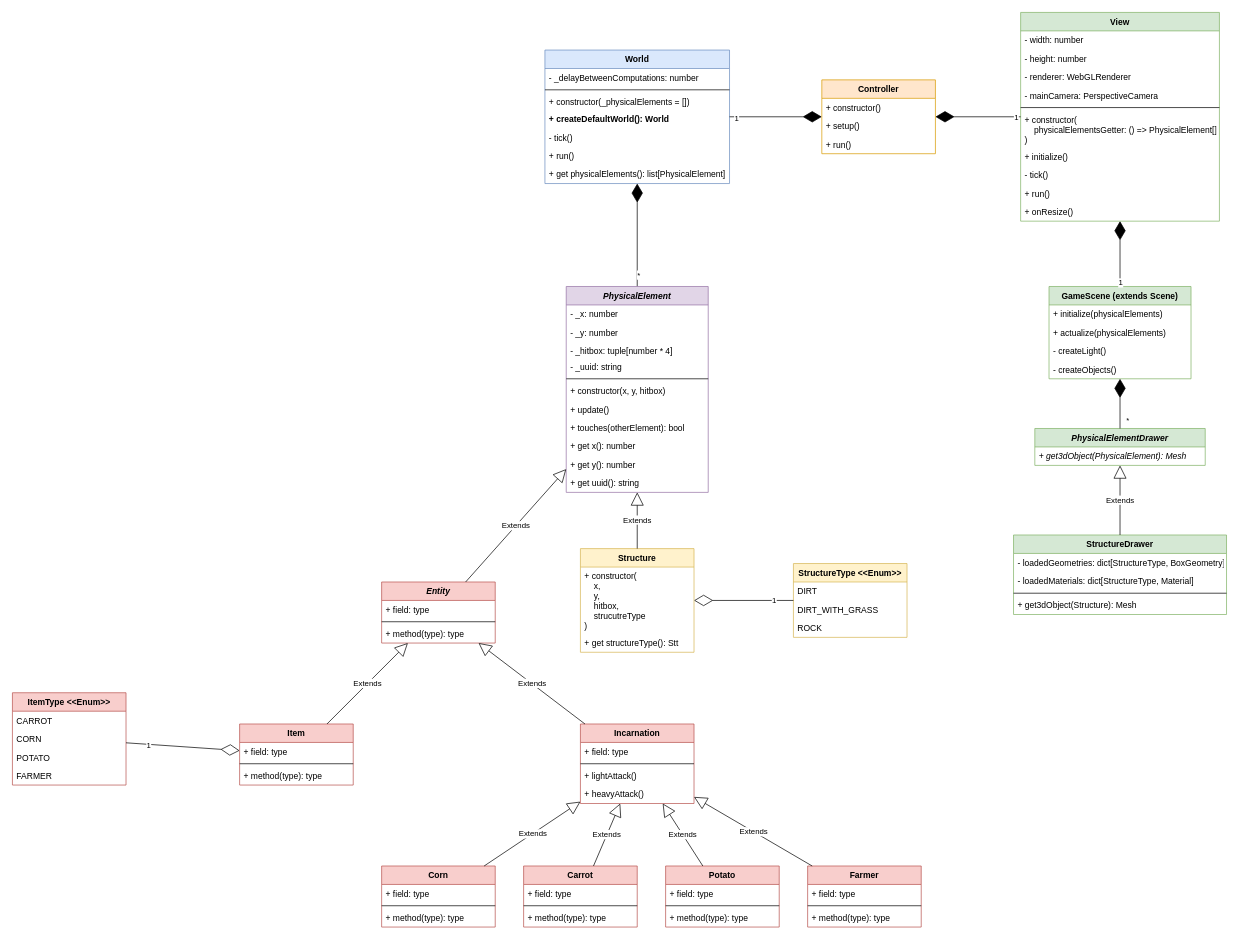
This is information/class diagram.drawio from le-chartreux/Rutabagarre-web-edition, a draw.io file, before an edit. Source tidied: cells renumbered, new cells numbered last; positions are measured from the earlier drawing's top-left corner, leaving out a move shared by most shapes. Both pictures are drawn from the tidied source at 71%, with x=0, y=0 at pixel (12, 12).
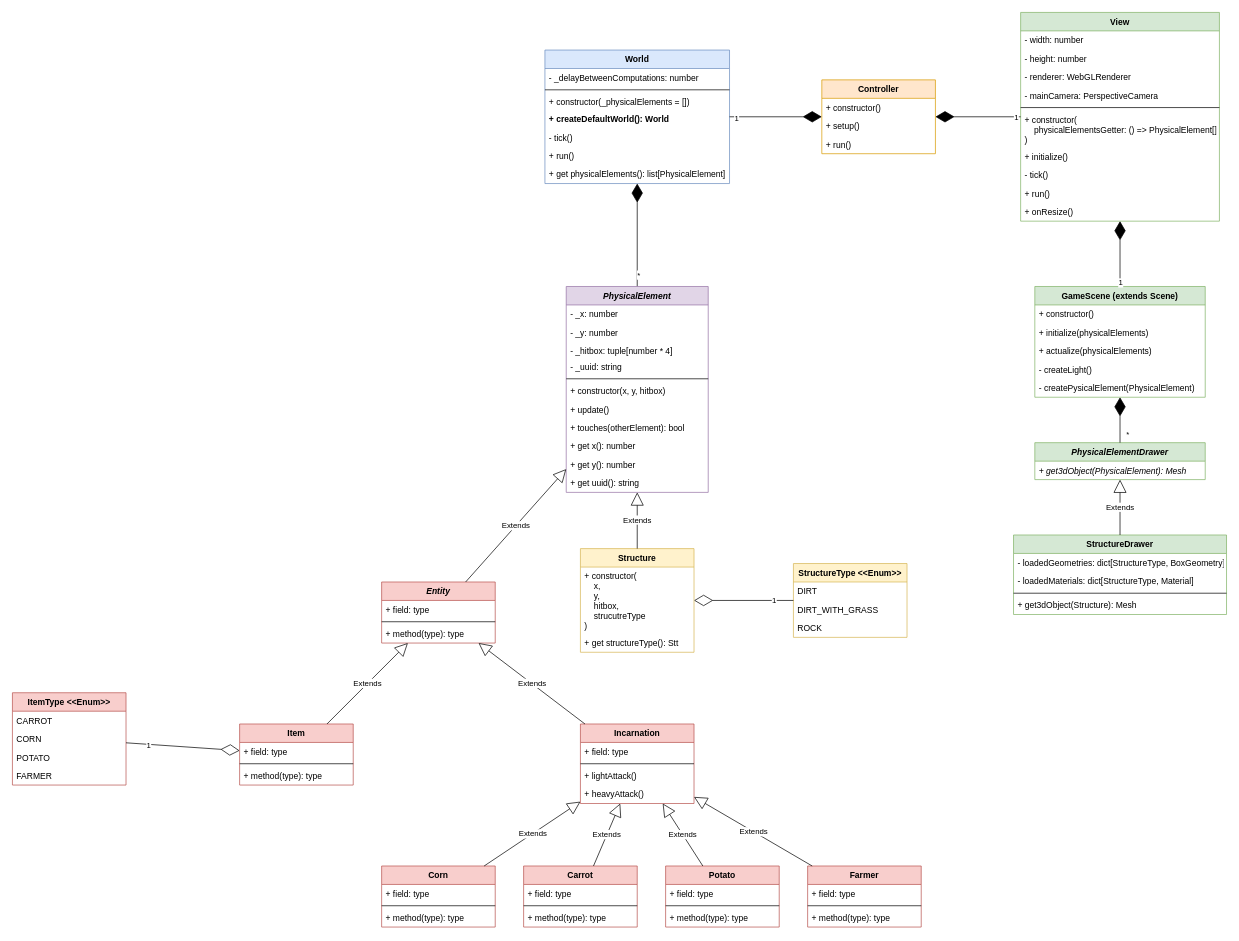
After the change.

Commit message:
updating class diagram

The edit, as a diff of the source:
```diff
@@
     <mxCell id="83" value="GameScene (extends Scene)" style="swimlane;fontStyle=1;align=center;verticalAlign=top;horizontal=1;startSize=26;fillColor=#d5e8d4;strokeColor=#82b366;" parent="1" vertex="1">
-      <mxGeometry x="1460" y="386" width="200" height="130" as="geometry" />
+      <mxGeometry x="1440" y="386" width="240" height="156" as="geometry" />
     </mxCell>
+    <mxCell id="113" value="+ constructor()" style="text;strokeColor=none;fillColor=none;align=left;verticalAlign=top;spacingLeft=4;spacingRight=4;overflow=hidden;" parent="83" vertex="1">
+      <mxGeometry y="26" width="240" height="26" as="geometry" />
+    </mxCell>
     <mxCell id="84" value="+ initialize(physicalElements)" style="text;strokeColor=none;fillColor=none;align=left;verticalAlign=top;spacingLeft=4;spacingRight=4;overflow=hidden;" parent="83" vertex="1">
-      <mxGeometry y="26" width="200" height="26" as="geometry" />
+      <mxGeometry y="52" width="240" height="26" as="geometry" />
     </mxCell>
     <mxCell id="85" value="+ actualize(physicalElements)" style="text;strokeColor=none;fillColor=none;align=left;verticalAlign=top;spacingLeft=4;spacingRight=4;overflow=hidden;" parent="83" vertex="1">
-      <mxGeometry y="52" width="200" height="26" as="geometry" />
+      <mxGeometry y="78" width="240" height="26" as="geometry" />
     </mxCell>
     <mxCell id="86" value="- createLight()" style="text;strokeColor=none;fillColor=none;align=left;verticalAlign=top;spacingLeft=4;spacingRight=4;overflow=hidden;" parent="83" vertex="1">
-      <mxGeometry y="78" width="200" height="26" as="geometry" />
+      <mxGeometry y="104" width="240" height="26" as="geometry" />
     </mxCell>
-    <mxCell id="87" value="- createObjects()" style="text;strokeColor=none;fillColor=none;align=left;verticalAlign=top;spacingLeft=4;spacingRight=4;overflow=hidden;" parent="83" vertex="1">
-      <mxGeometry y="104" width="200" height="26" as="geometry" />
+    <mxCell id="87" value="- createPysicalElement(PhysicalElement)" style="text;strokeColor=none;fillColor=none;align=left;verticalAlign=top;spacingLeft=4;spacingRight=4;overflow=hidden;" parent="83" vertex="1">
+      <mxGeometry y="130" width="240" height="26" as="geometry" />
     </mxCell>
@@
     <mxCell id="101" value="PhysicalElementDrawer" style="swimlane;fontStyle=3;align=center;verticalAlign=top;horizontal=1;startSize=26;fillColor=#d5e8d4;strokeColor=#82b366;" parent="1" vertex="1">
-      <mxGeometry x="1440" y="586" width="240" height="52" as="geometry" />
+      <mxGeometry x="1440" y="606" width="240" height="52" as="geometry" />
     </mxCell>
```
